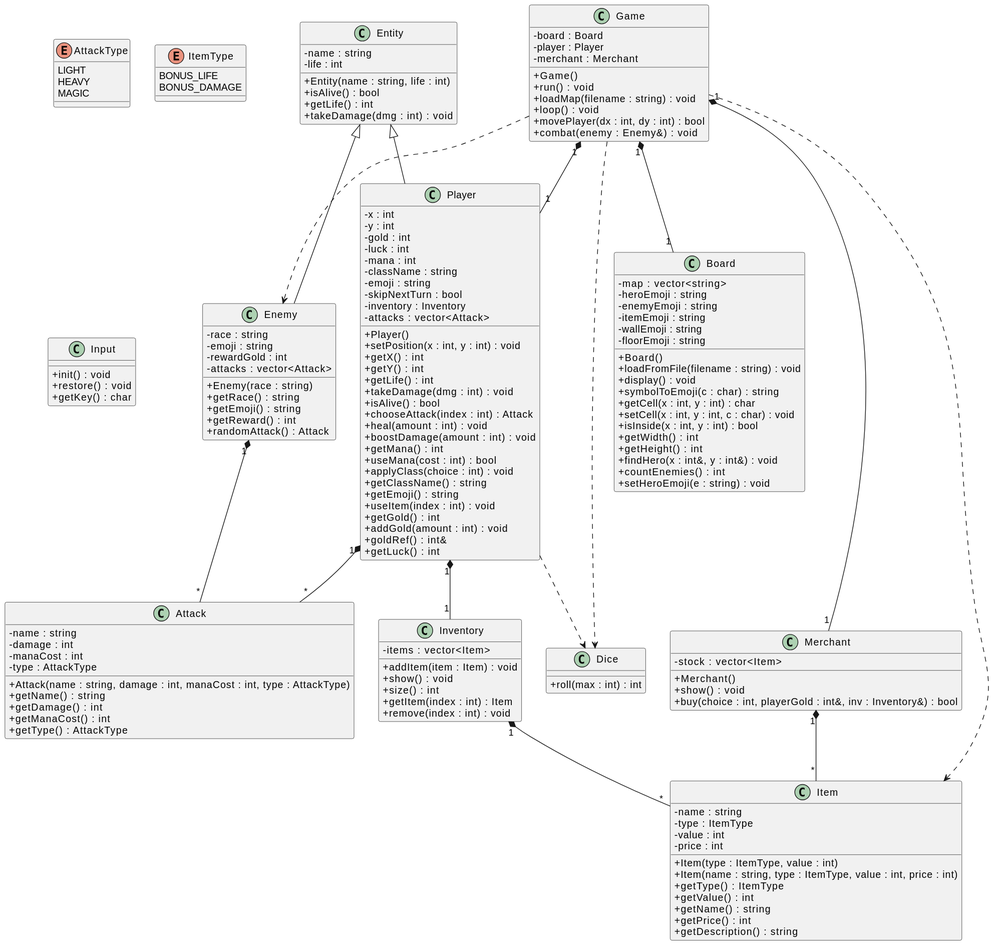
The PlantUML diagram out/UML/UML.svg in Specht1000/POO-RPG, before a commit.
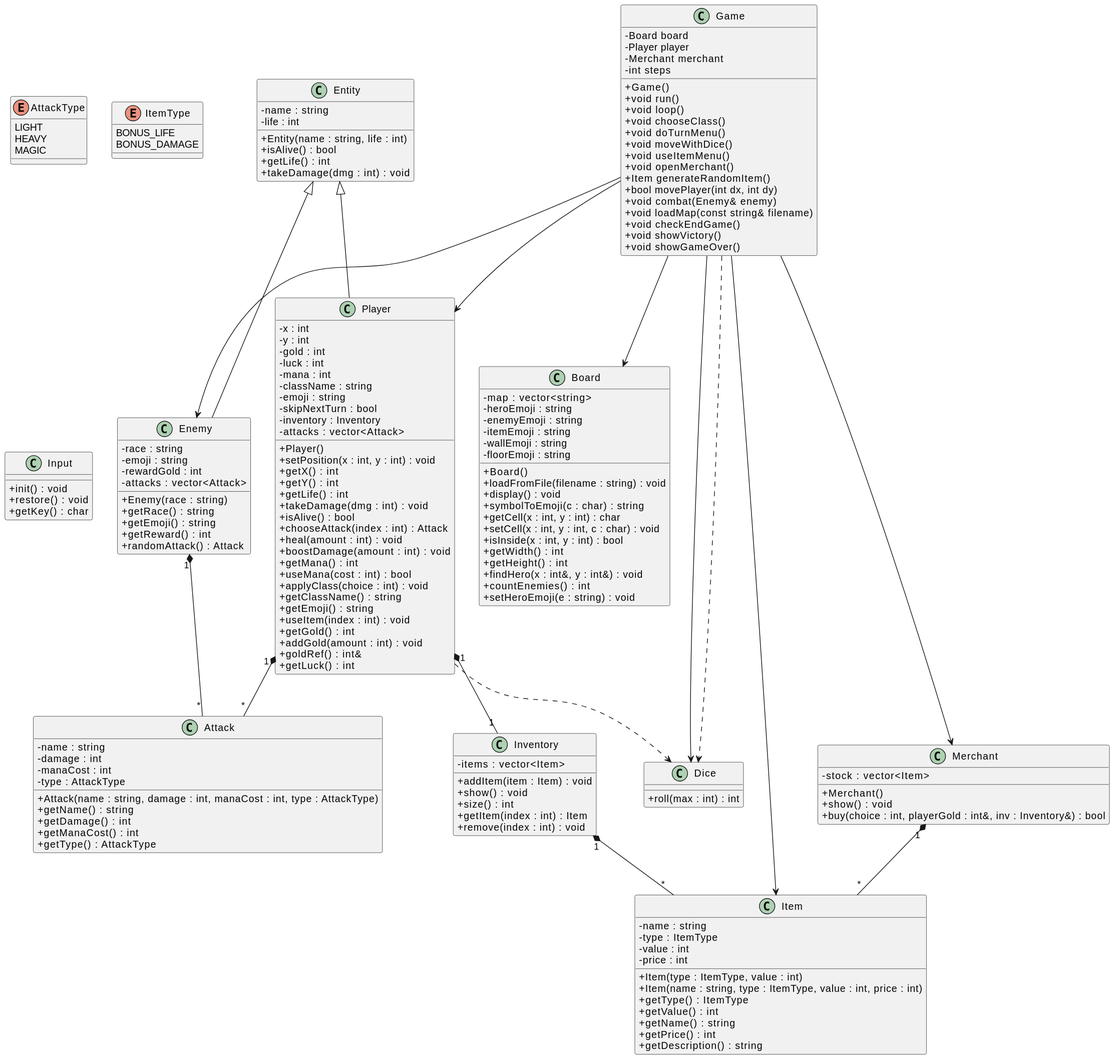
Later version of the same file.

The edit, as a diff of the source:
```diff
@@ -142,22 +142,33 @@
 }
 
 class Game {
-  - board : Board
-  - player : Player
-  - merchant : Merchant
-  + Game()
-  + run() : void
-  + loadMap(filename : string) : void
-  + loop() : void
-  + movePlayer(dx : int, dy : int) : bool
-  + combat(enemy : Enemy&) : void
+    - Board board
+    - Player player
+    - Merchant merchant
+    - int steps
+    + Game()
+    + void run()
+    + void loop()
+    + void chooseClass()
+    + void doTurnMenu()
+    + void moveWithDice()
+    + void useItemMenu()
+    + void openMerchant()
+    + Item generateRandomItem()
+    + bool movePlayer(int dx, int dy)
+    + void combat(Enemy& enemy)
+    + void loadMap(const string& filename)
+    + void checkEndGame()
+    + void showVictory()
+    + void showGameOver()
 }
 
-Game "1" *-- "1" Board
-Game "1" *-- "1" Player
-Game "1" *-- "1" Merchant
-Game ..> Enemy
-Game ..> Item
+Game --> Board
+Game --> Player
+Game --> Merchant
+Game --> Dice
+Game --> Item
+Game --> Enemy
 
 class Dice {
   + roll(max : int) : int
```
